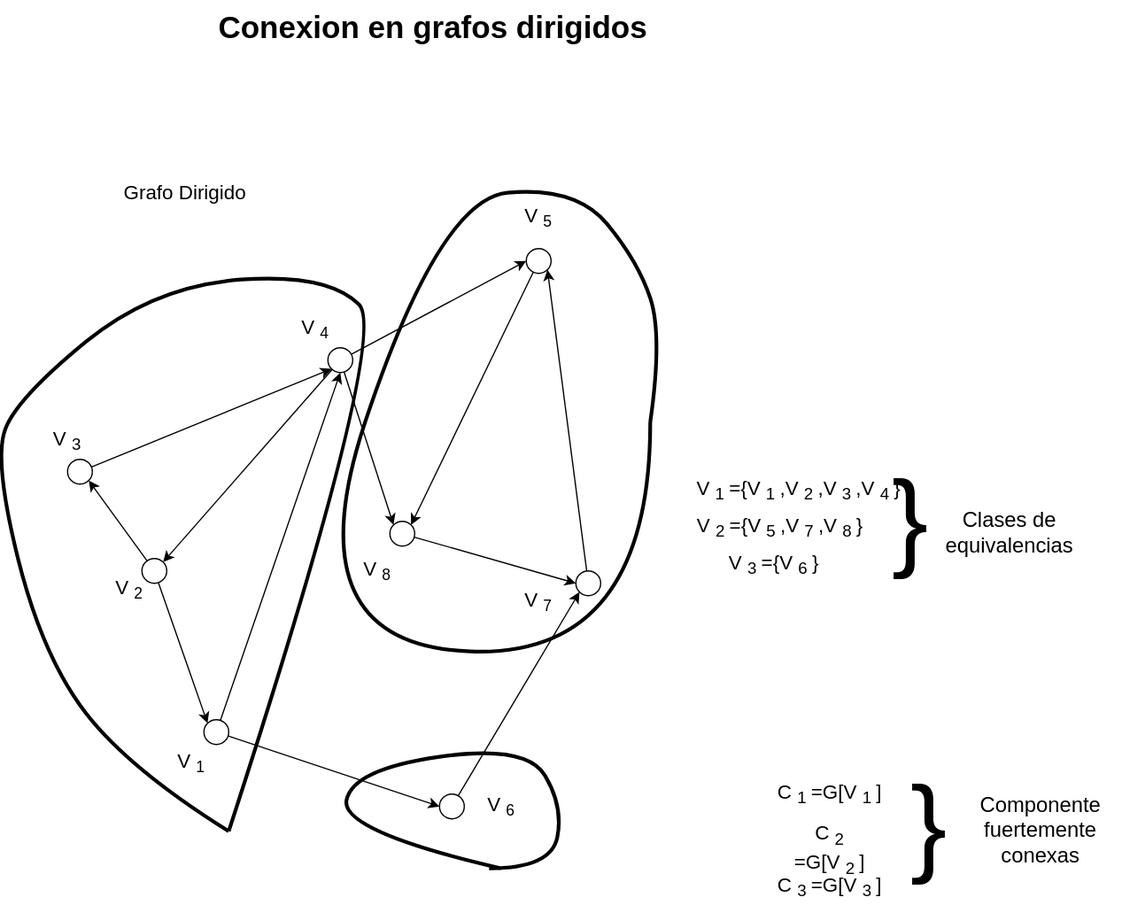
Above: Estructura-de-datos/Grafos/Conexion-grafo-dir.drawio.svg in Nordcode-cyber/Algoritmos-Estructdatos (draw.io), before the change. Source tidied: cells renumbered, new cells last; positions are measured from the earlier drawing's top-left corner, leaving out a move shared by most shapes.
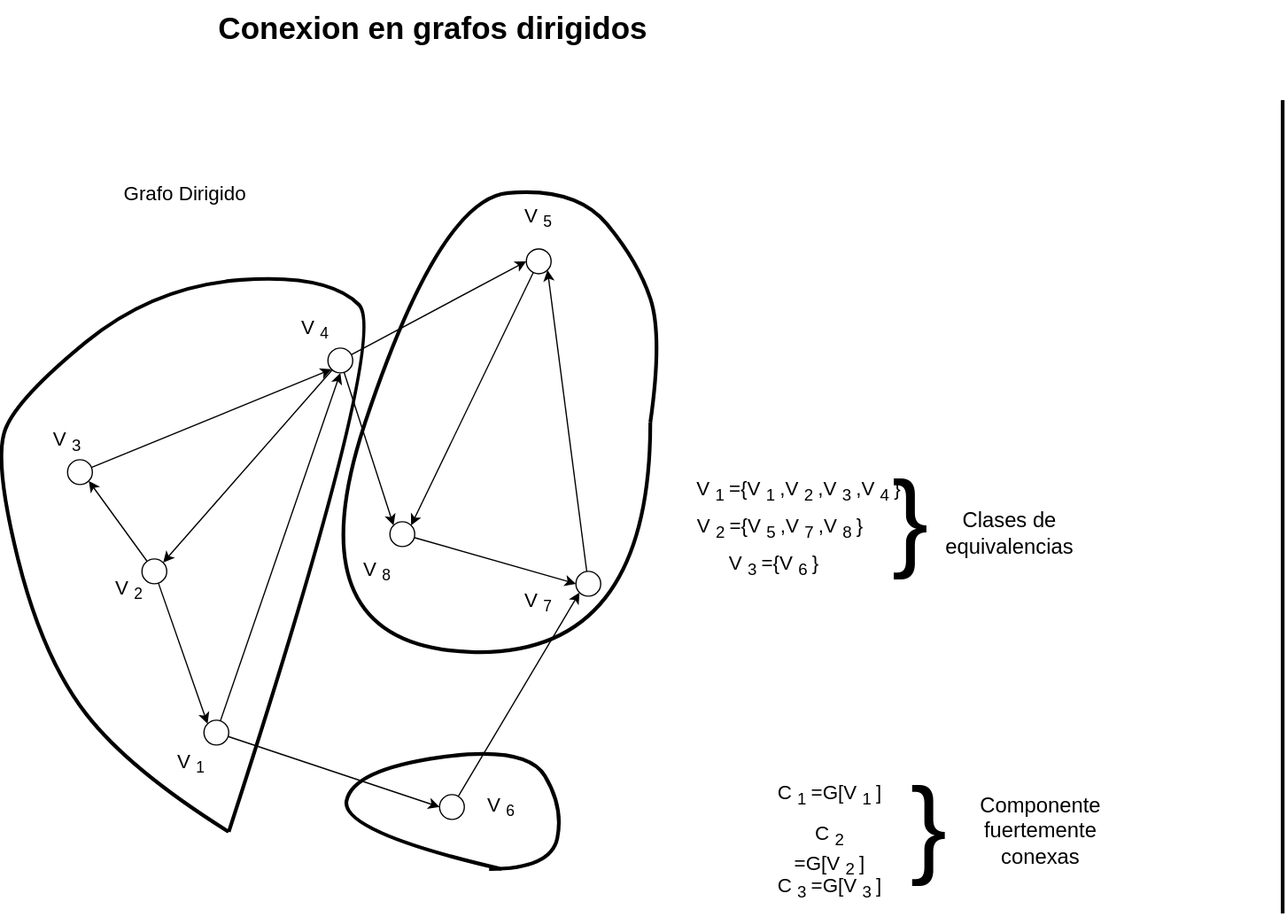
The same diagram one commit later.

Diff of the diagram source:
```diff
@@ -164,5 +164,11 @@
     <mxCell id="44" value="&lt;font style=&quot;font-size: 88px;&quot;&gt;}&lt;/font&gt;" style="text;html=1;align=center;verticalAlign=middle;whiteSpace=wrap;rounded=0;" parent="1" vertex="1">
       <mxGeometry x="705" y="627.5" width="100" height="75" as="geometry" />
     </mxCell>
+    <mxCell id="45" style="endArrow=none;html=1;strokeWidth=3;" parent="1" edge="1">
+      <mxGeometry relative="1" as="geometry">
+        <mxPoint x="1040" y="735.8" as="sourcePoint" />
+        <mxPoint x="1040" y="80" as="targetPoint" />
+      </mxGeometry>
+    </mxCell>
   </root>
 </mxGraphModel>
```
